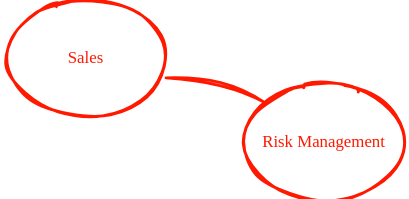
Above: docs/resources/contextmap-leasingninja.drawio.svg in leasingninja/leasingninja.io (draw.io), before the change. Source tidied: cells renumbered, new cells last; positions are measured from the earlier drawing's top-left corner, leaving out a move shared by most shapes.
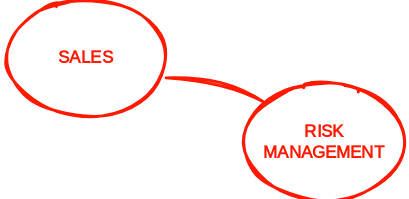
The same file after the commit.

Diff of the diagram source:
```diff
@@ -2,13 +2,13 @@
   <root>
     <mxCell id="0" />
     <mxCell id="1" parent="0" />
-    <mxCell id="2" value="Sales" style="ellipse;whiteSpace=wrap;html=1;sketch=1;strokeWidth=2;fontFamily=cavolini;strokeColor=#FF1900;fontColor=#FF1900;" parent="1" vertex="1">
+    <mxCell id="2" value="SALES" style="ellipse;whiteSpace=wrap;html=1;sketch=1;strokeWidth=2;fontFamily=Architects Daughter;strokeColor=#FF1900;fontColor=#FF1900;horizontal=1;fontSource=https%3A%2F%2Ffonts.googleapis.com%2Fcss%3Ffamily%3DArchitects%2BDaughter;fontStyle=1;" parent="1" vertex="1">
       <mxGeometry width="120" height="80" as="geometry" />
     </mxCell>
-    <mxCell id="3" value="Risk Management" style="ellipse;whiteSpace=wrap;html=1;sketch=1;strokeWidth=2;fontFamily=cavolini;strokeColor=#FF1900;fontColor=#FF1900;" parent="1" vertex="1">
+    <mxCell id="3" value="RISK&lt;br&gt;MANAGEMENT" style="ellipse;whiteSpace=wrap;html=1;sketch=1;strokeWidth=2;fontFamily=Architects Daughter;strokeColor=#FF1900;fontColor=#FF1900;horizontal=1;fontSource=https%3A%2F%2Ffonts.googleapis.com%2Fcss%3Ffamily%3DArchitects%2BDaughter;fontStyle=1;" parent="1" vertex="1">
       <mxGeometry x="170" y="60" width="120" height="80" as="geometry" />
     </mxCell>
-    <mxCell id="4" style="endArrow=none;html=1;entryX=0.975;entryY=0.675;entryDx=0;entryDy=0;entryPerimeter=0;exitX=0;exitY=0;exitDx=0;exitDy=0;sketch=1;strokeWidth=2;fontFamily=cavolini;strokeColor=#FF1900;fontColor=#FF1900;curved=1;" parent="1" edge="1" source="3" target="2">
+    <mxCell id="4" style="endArrow=none;html=1;entryX=0.975;entryY=0.675;entryDx=0;entryDy=0;entryPerimeter=0;exitX=0;exitY=0;exitDx=0;exitDy=0;sketch=1;strokeWidth=2;fontFamily=Architects Daughter;strokeColor=#FF1900;fontColor=#FF1900;curved=1;horizontal=1;fontSource=https%3A%2F%2Ffonts.googleapis.com%2Fcss%3Ffamily%3DArchitects%2BDaughter;fontStyle=1;" parent="1" edge="1" source="3" target="2">
       <mxGeometry relative="1" as="geometry">
         <Array as="points">
           <mxPoint x="160" y="54" />
```
